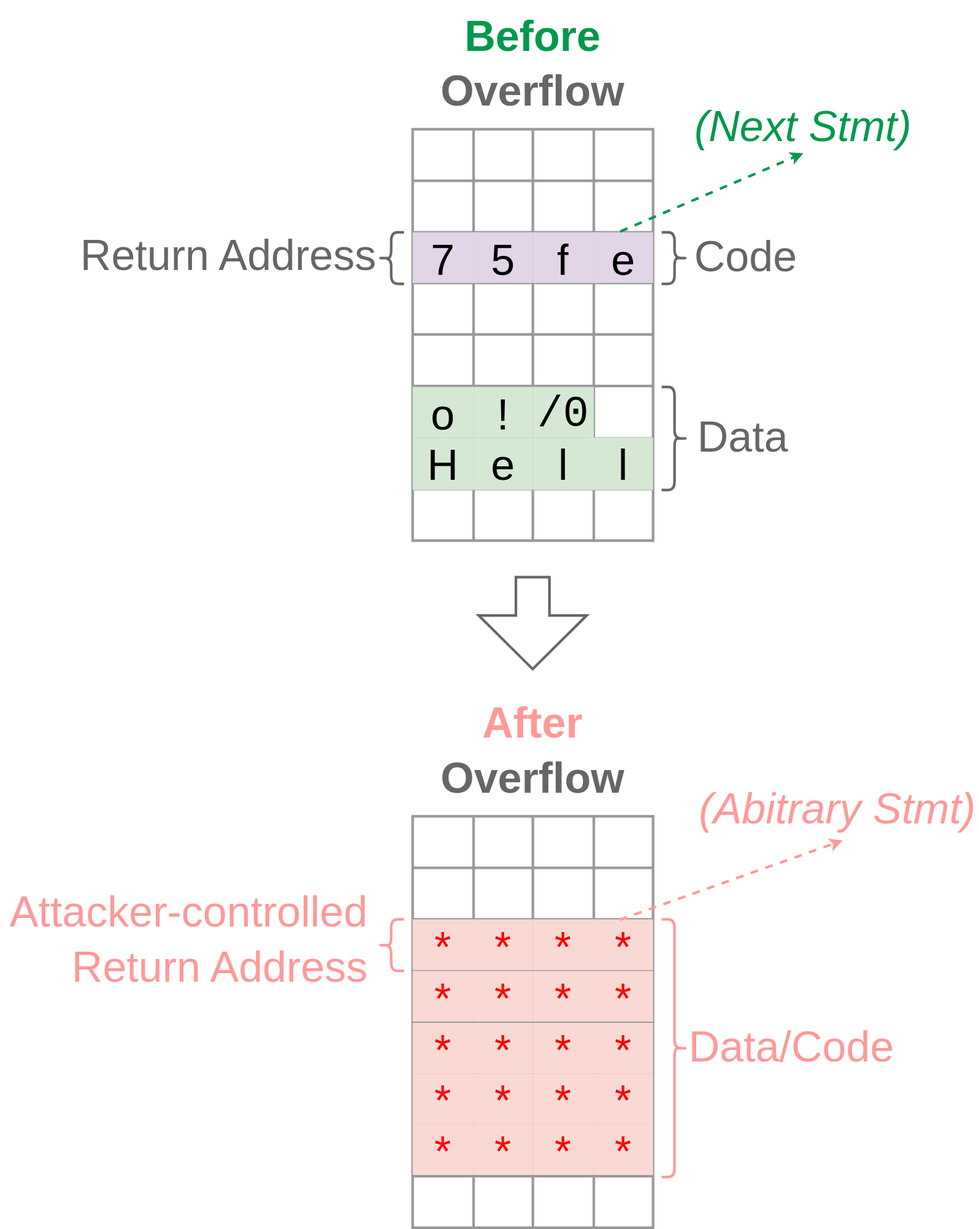
The draw.io diagram src/chp4/safety_buffer_overflow.svg in tnballo/high-assurance-rust, before a commit. Source tidied: cells renumbered, new cells last; positions are measured from the earlier drawing's top-left corner, leaving out a move shared by most shapes.
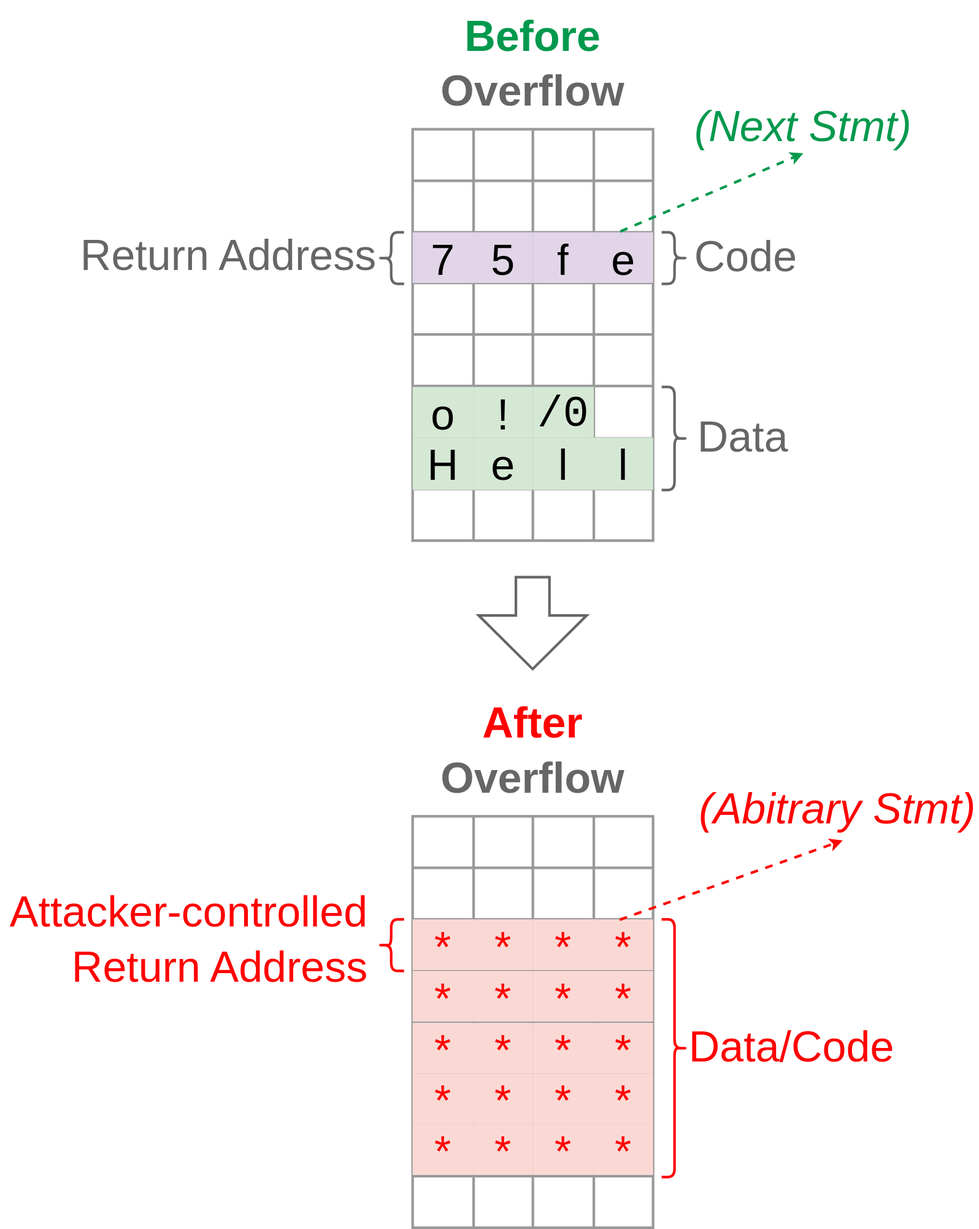
After the change.

Commit message:
Fix diagram red color, arrows + typo

Diff of the diagram source:
```diff
@@ -260,22 +260,22 @@
     <mxCell id="87" style="shape=partialRectangle;html=1;whiteSpace=wrap;overflow=hidden;fillColor=none;top=0;left=0;bottom=0;right=0;" parent="83" vertex="1">
       <mxGeometry x="211" width="69" height="60" as="geometry" />
     </mxCell>
-    <mxCell id="88" style="shape=curlyBracket;whiteSpace=wrap;html=1;rounded=1;flipH=1;strokeColor=#FF9999;strokeWidth=3;fontFamily=Courier New;fontSize=50;fontColor=#000000;fillColor=default;gradientColor=none;gradientDirection=east;" parent="1" vertex="1">
+    <mxCell id="88" style="shape=curlyBracket;whiteSpace=wrap;html=1;rounded=1;flipH=1;strokeColor=#FF0000;strokeWidth=3;fontFamily=Courier New;fontSize=50;fontColor=#000000;fillColor=default;gradientColor=none;gradientDirection=east;" parent="1" vertex="1">
       <mxGeometry x="770" y="1070" width="30" height="300" as="geometry" />
     </mxCell>
-    <mxCell id="89" value="&lt;font face=&quot;Helvetica&quot;&gt;Data/Code&lt;/font&gt;" style="text;html=1;strokeColor=none;fillColor=none;align=left;verticalAlign=middle;whiteSpace=wrap;rounded=0;strokeWidth=3;fontFamily=Courier New;fontSize=50;fontColor=#FF9999;" parent="1" vertex="1">
+    <mxCell id="89" value="&lt;font face=&quot;Helvetica&quot;&gt;Data/Code&lt;/font&gt;" style="text;html=1;strokeColor=none;fillColor=none;align=left;verticalAlign=middle;whiteSpace=wrap;rounded=0;strokeWidth=3;fontFamily=Courier New;fontSize=50;fontColor=#FF0000;" parent="1" vertex="1">
       <mxGeometry x="800" y="1192.5" width="210" height="55" as="geometry" />
     </mxCell>
-    <mxCell id="90" style="shape=curlyBracket;whiteSpace=wrap;html=1;rounded=1;flipH=1;strokeColor=#FF9999;strokeWidth=3;fontFamily=Helvetica;fontSize=50;fontColor=#666666;fillColor=default;gradientColor=none;gradientDirection=east;rotation=-180;" parent="1" vertex="1">
+    <mxCell id="90" style="shape=curlyBracket;whiteSpace=wrap;html=1;rounded=1;flipH=1;strokeColor=#FF0000;strokeWidth=3;fontFamily=Helvetica;fontSize=50;fontColor=#666666;fillColor=default;gradientColor=none;gradientDirection=east;rotation=-180;" parent="1" vertex="1">
       <mxGeometry x="440" y="1070" width="30" height="60" as="geometry" />
     </mxCell>
-    <mxCell id="91" value="&lt;div&gt;&lt;font face=&quot;Helvetica&quot;&gt;Attacker-controlled &lt;br&gt;&lt;/font&gt;&lt;/div&gt;&lt;div&gt;&lt;font face=&quot;Helvetica&quot;&gt;Return Address&lt;/font&gt;&lt;/div&gt;" style="text;html=1;strokeColor=none;fillColor=none;align=right;verticalAlign=middle;whiteSpace=wrap;rounded=0;strokeWidth=3;fontFamily=Courier New;fontSize=50;fontColor=#FF9999;" parent="1" vertex="1">
+    <mxCell id="91" value="&lt;div&gt;&lt;font face=&quot;Helvetica&quot;&gt;Attacker-controlled &lt;br&gt;&lt;/font&gt;&lt;/div&gt;&lt;div&gt;&lt;font face=&quot;Helvetica&quot;&gt;Return Address&lt;/font&gt;&lt;/div&gt;" style="text;html=1;strokeColor=none;fillColor=none;align=right;verticalAlign=middle;whiteSpace=wrap;rounded=0;strokeWidth=3;fontFamily=Courier New;fontSize=50;fontColor=#FF0000;" parent="1" vertex="1">
       <mxGeometry y="1020" width="430" height="150" as="geometry" />
     </mxCell>
     <mxCell id="92" value="&lt;div align=&quot;center&quot;&gt;&lt;font face=&quot;Helvetica&quot;&gt;&lt;b&gt;&lt;font color=&quot;#00994d&quot;&gt;Before&lt;/font&gt; Overflow&lt;/b&gt;&lt;br&gt;&lt;/font&gt;&lt;/div&gt;" style="text;html=1;strokeColor=none;fillColor=none;align=center;verticalAlign=middle;whiteSpace=wrap;rounded=0;strokeWidth=3;fontFamily=Courier New;fontSize=50;fontColor=#666666;" parent="1" vertex="1">
       <mxGeometry x="480" width="280" height="150" as="geometry" />
     </mxCell>
-    <mxCell id="93" value="&lt;div align=&quot;center&quot;&gt;&lt;font face=&quot;Helvetica&quot; color=&quot;#ff9999&quot;&gt;&lt;b&gt;After &lt;br&gt;&lt;/b&gt;&lt;/font&gt;&lt;/div&gt;&lt;div align=&quot;center&quot;&gt;&lt;font face=&quot;Helvetica&quot;&gt;&lt;b&gt;Overflow&lt;br&gt;&lt;/b&gt;&lt;/font&gt;&lt;/div&gt;" style="text;html=1;strokeColor=none;fillColor=none;align=center;verticalAlign=middle;whiteSpace=wrap;rounded=0;strokeWidth=3;fontFamily=Courier New;fontSize=50;fontColor=#666666;" parent="1" vertex="1">
+    <mxCell id="93" value="&lt;div align=&quot;center&quot;&gt;&lt;font face=&quot;Helvetica&quot; color=&quot;#ff0000&quot;&gt;&lt;b&gt;After&lt;/b&gt;&lt;/font&gt;&lt;font face=&quot;Helvetica&quot; color=&quot;#ff9999&quot;&gt;&lt;b&gt; &lt;br&gt;&lt;/b&gt;&lt;/font&gt;&lt;/div&gt;&lt;div align=&quot;center&quot;&gt;&lt;font face=&quot;Helvetica&quot;&gt;&lt;b&gt;Overflow&lt;br&gt;&lt;/b&gt;&lt;/font&gt;&lt;/div&gt;" style="text;html=1;strokeColor=none;fillColor=none;align=center;verticalAlign=middle;whiteSpace=wrap;rounded=0;strokeWidth=3;fontFamily=Courier New;fontSize=50;fontColor=#666666;" parent="1" vertex="1">
       <mxGeometry x="470" y="800" width="300" height="150" as="geometry" />
     </mxCell>
     <mxCell id="94" style="shape=flexArrow;endArrow=classic;html=1;rounded=0;strokeColor=#666666;strokeWidth=3;fontFamily=Helvetica;fontSize=50;fontColor=#FF0000;width=37.083333333333336;endSize=19.804166666666667;endWidth=83.71527777777777;" parent="1" edge="1">
@@ -365,10 +365,10 @@
     <mxCell id="121" value="&lt;font face=&quot;Helvetica&quot;&gt;(Next Stmt) &lt;br&gt;&lt;/font&gt;" style="text;html=1;strokeColor=none;fillColor=none;align=center;verticalAlign=middle;whiteSpace=wrap;rounded=0;strokeWidth=3;fontFamily=Courier New;fontSize=50;fontColor=#00994D;fontStyle=2;" parent="1" vertex="1">
       <mxGeometry x="800" y="120" width="270" height="55" as="geometry" />
     </mxCell>
-    <mxCell id="122" value="&lt;font face=&quot;Helvetica&quot;&gt;(Abitrary Stmt) &lt;br&gt;&lt;/font&gt;" style="text;html=1;strokeColor=none;fillColor=none;align=center;verticalAlign=middle;whiteSpace=wrap;rounded=0;strokeWidth=3;fontFamily=Courier New;fontSize=50;fontColor=#FF9999;fontStyle=2;" parent="1" vertex="1">
+    <mxCell id="122" value="&lt;font face=&quot;Helvetica&quot;&gt;(Abitrary Stmt) &lt;br&gt;&lt;/font&gt;" style="text;html=1;strokeColor=none;fillColor=none;align=center;verticalAlign=middle;whiteSpace=wrap;rounded=0;strokeWidth=3;fontFamily=Courier New;fontSize=50;fontColor=#FF0000;fontStyle=2;" parent="1" vertex="1">
       <mxGeometry x="810" y="910" width="330" height="65" as="geometry" />
     </mxCell>
-    <mxCell id="123" style="endArrow=classic;html=1;rounded=0;strokeWidth=3;dashed=1;exitX=0.861;exitY=1.007;exitDx=0;exitDy=0;exitPerimeter=0;strokeColor=#FF9999;entryX=0.518;entryY=1.047;entryDx=0;entryDy=0;entryPerimeter=0;" parent="1" edge="1" source="53" target="122">
+    <mxCell id="123" style="endArrow=classic;html=1;rounded=0;strokeWidth=3;dashed=1;exitX=0.861;exitY=1.007;exitDx=0;exitDy=0;exitPerimeter=0;strokeColor=#FF0000;entryX=0.518;entryY=1.047;entryDx=0;entryDy=0;entryPerimeter=0;" parent="1" edge="1" source="53" target="122">
       <mxGeometry relative="1" as="geometry" />
     </mxCell>
   </root>
```
